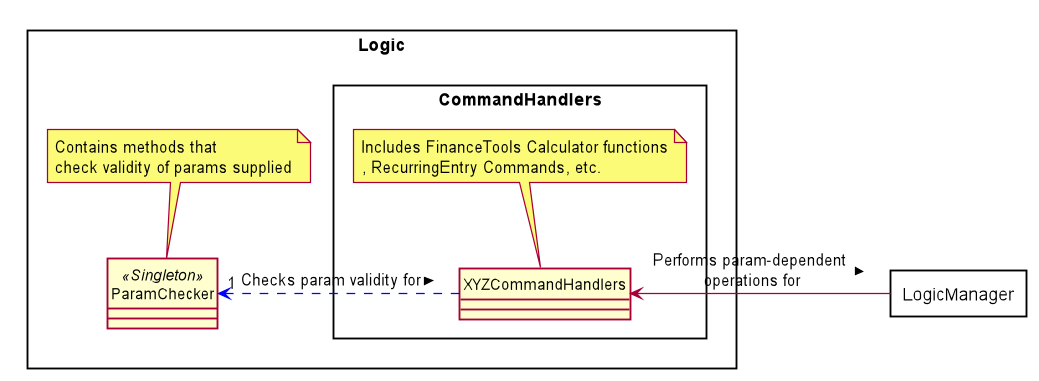
Earlier version of the PlantUML export docs/uml_images/images_updated/Logic_arch.png (nus-cs2113-AY2021S1/tp).
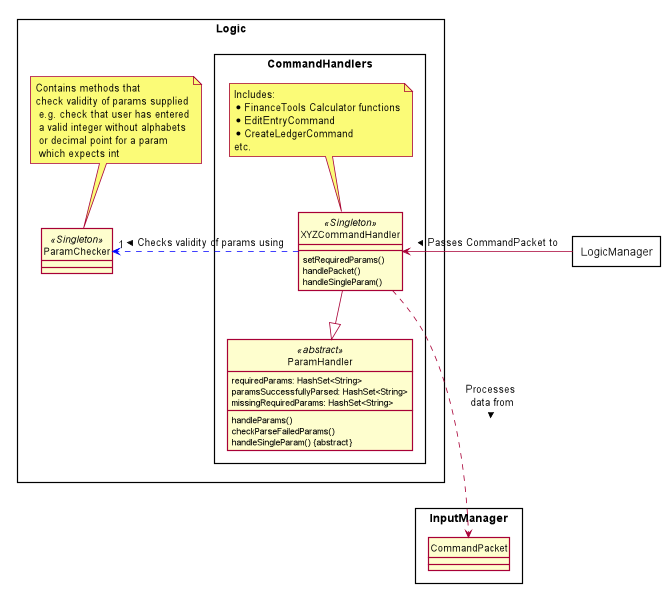
After the change.

What changed in the source:
```diff
@@ -5,6 +5,7 @@
 skinparam BoxPadding 20
 skinparam shadowing false
 scale 1049 width
+
 skinparam package<<Layout>> {
   borderColor Transparent
   backgroundColor Transparent
@@ -12,7 +13,12 @@
   stereotypeFontColor Transparent
 }
 
+
 rectangle LogicManager{
+}
+rectangle InputManager {
+    class CommandPacket {
+    }
 }
 
 rectangle Logic {
@@ -23,21 +29,33 @@
     }
 
 
-rectangle CommandHandlers {
+    rectangle CommandHandlers {
 
-    class XYZCommandHandlers {
+    class ParamHandler <<abstract>> {
+        requiredParams: HashSet<String>
+        paramsSuccessfullyParsed: HashSet<String>
+        missingRequiredParams: HashSet<String>
+        handleParams()
+        checkParseFailedParams()
+        handleSingleParam() &#123;abstract&#125;
+    }
+    class XYZCommandHandler <<Singleton>>{
+        setRequiredParams()
+        handlePacket()
+        handleSingleParam()
+
     }
 
 
-
-
-    XYZCommandHandlers ..right> "1"  ParamChecker #line:blue;text:black : < Checks param validity for
-
-    note top of XYZCommandHandlers: Includes FinanceTools Calculator functions\n, RecurringEntry Commands, etc.
+    XYZCommandHandler --|> ParamHandler
+    XYZCommandHandler ..right> "1"  ParamChecker #line:blue;text:black : > Checks validity of params using
+    note top of XYZCommandHandler: Includes: \n* FinanceTools Calculator functions\n* EditEntryCommand\n* CreateLedgerCommand\netc.
 }
 
-LogicManager -> XYZCommandHandlers : < Performs param-dependent \noperations for
-note top of ParamChecker: Contains methods that \ncheck validity of params supplied
+XYZCommandHandler ...> CommandPacket : Processes \ndata from >
+
+LogicManager -> XYZCommandHandler : > Passes CommandPacket to
+note top of ParamChecker: Contains methods that \ncheck validity of params supplied\n e.g. check that user has entered\n a valid integer without alphabets\n or decimal point for a param\n which expects int
 
 
 
```
